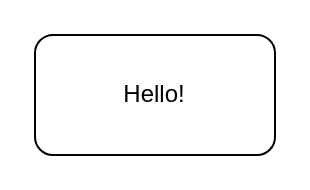
Before: doc/Untitled Diagram.drawio in CMPUT301W21T26/CrowdTest, a draw.io diagram. Source tidied: cells renumbered, new cells numbered last; positions are measured from the earlier drawing's top-left corner, leaving out a move shared by most shapes. Both pictures are drawn from the tidied source at 200%, with x=0, y=0 at pixel (34, 34).
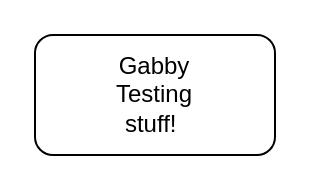
Above is the later version.

Commit message:
Messing with draw.io test file to make sure everything works

Change to the diagram source:
```diff
@@
 <mxGraphModel>
   <root>
     <mxCell id="0" />
     <mxCell id="1" parent="0" />
     <mxCell id="2" style="rounded=1;whiteSpace=wrap;html=1;" parent="1" vertex="1">
       <mxGeometry width="120" height="60" as="geometry" />
     </mxCell>
-    <mxCell id="3" value="Hello!" style="text;html=1;strokeColor=none;fillColor=none;align=center;verticalAlign=middle;whiteSpace=wrap;rounded=0;" parent="1" vertex="1">
+    <mxCell id="3" value="Gabby Testing stuff!&amp;nbsp;" style="text;html=1;strokeColor=none;fillColor=none;align=center;verticalAlign=middle;whiteSpace=wrap;rounded=0;" parent="1" vertex="1">
       <mxGeometry x="40" y="20" width="40" height="20" as="geometry" />
     </mxCell>
   </root>
 </mxGraphModel>
```
